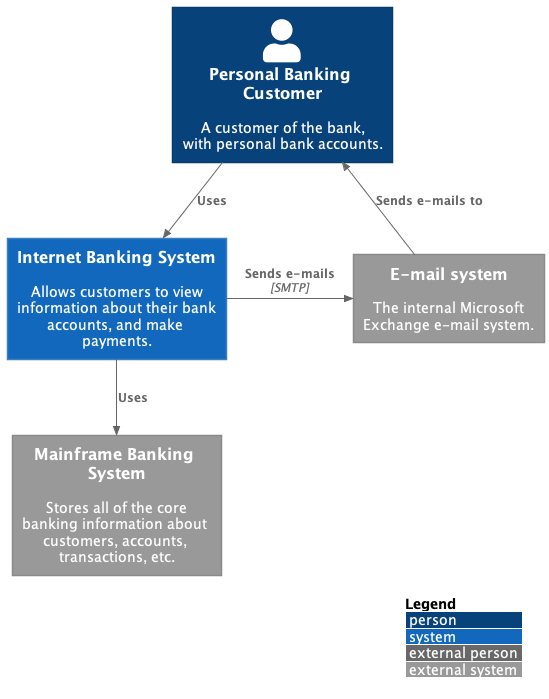
Earlier version of the PlantUML export docs/images/context-example.png (8T4/c4sharp).
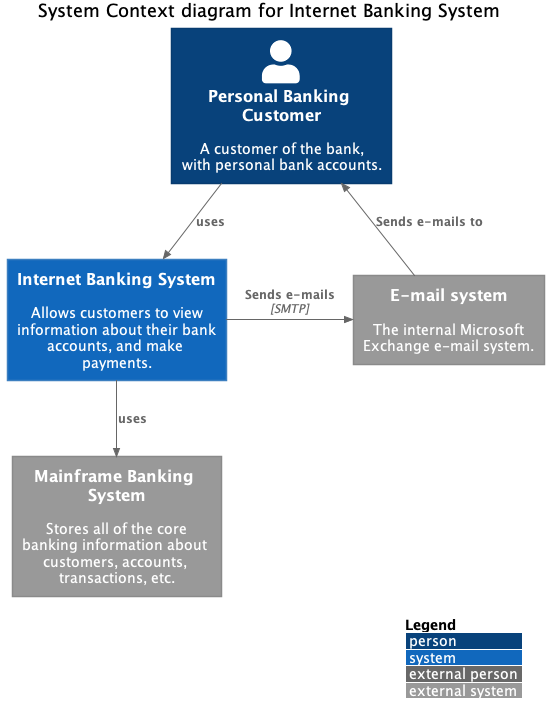
The same file after the commit.

Change to the diagram source:
```diff
@@ -1,15 +1,18 @@
-@startuml System_Context_diagram_for_Internet_Banking_System_C4_Context
-!include ../bin/C4_Context.puml
+@startuml system-context-diagram-for-internet-banking-system-c4context
+!include https://raw.githubusercontent.com/plantuml-stdlib/C4-PlantUML/master/C4_Context.puml
 
 LAYOUT_WITH_LEGEND()
+LAYOUT_TOP_DOWN()
 
-Person(customer, "Personal Banking Customer", "A customer of the bank, with personal bank accounts." )
-System(BankingSystem, "Internet Banking System", "Allows customers to view information about their bank accounts, and make payments.")
-System_Ext(Mainframe, "Mainframe Banking System", "Stores all of the core banking information about customers, accounts, transactions, etc.")
-System_Ext(MailSystem, "E-mail system", "The internal Microsoft Exchange e-mail system.")
+title System Context diagram for Internet Banking System
 
-Rel(customer, BankingSystem, "Uses")
+Person(customer, "Personal Banking Customer", "A customer of the bank, with personal bank accounts.", $link="")
+System(BankingSystem, "Internet Banking System", "Allows customers to view information about their bank accounts, and make payments.", $link="")
+System_Ext(Mainframe, "Mainframe Banking System", "Stores all of the core banking information about customers, accounts, transactions, etc.", $link="")
+System_Ext(MailSystem, "E-mail system", "The internal Microsoft Exchange e-mail system.", $link="")
+
+Rel(customer, BankingSystem, "uses")
 Rel_Back(customer, MailSystem, "Sends e-mails to")
 Rel_Neighbor(BankingSystem, MailSystem, "Sends e-mails", "SMTP" )
-Rel(BankingSystem, Mainframe, "Uses")
+Rel(BankingSystem, Mainframe, "uses")
 @enduml
```
